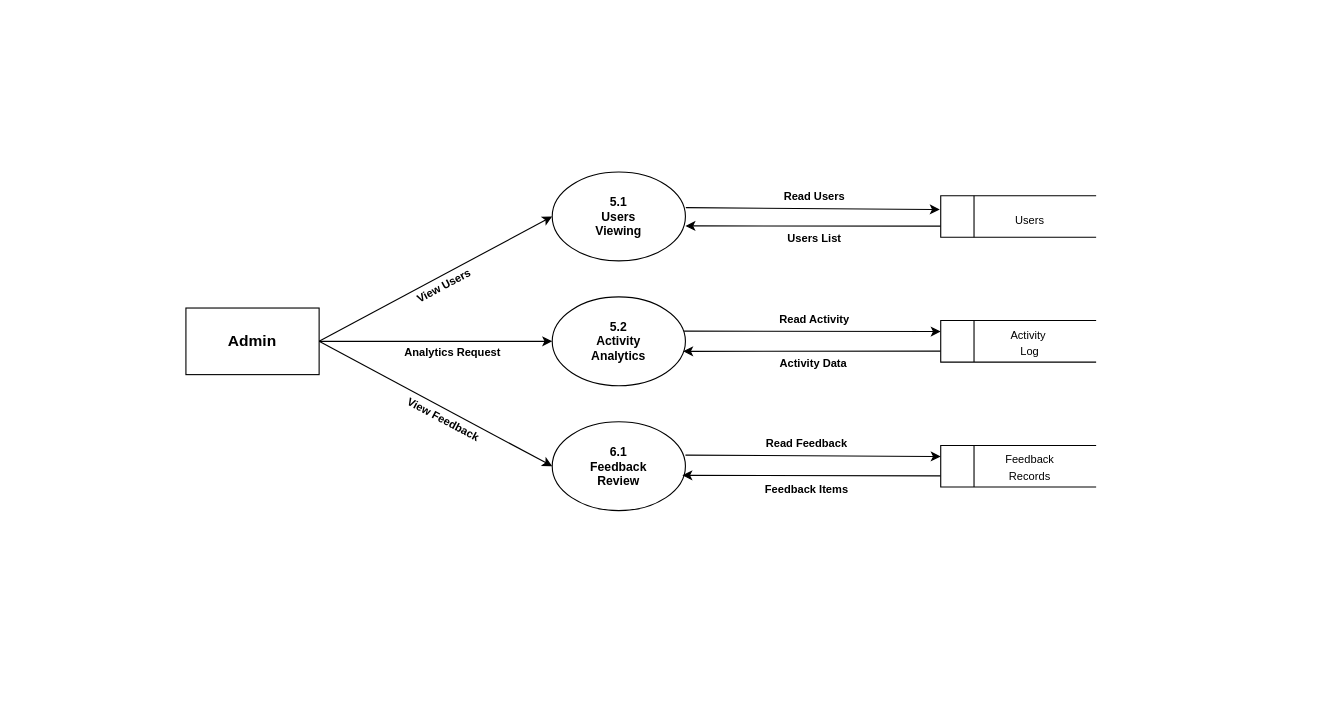
Above: docs/dfd-level-2-admin.drawio in Nithinvp11/DocHub (draw.io), before the change. Source tidied: cells renumbered, new cells numbered last; positions are measured from the earlier drawing's top-left corner, leaving out a move shared by most shapes. Both pictures are drawn from the tidied source at 111%, with x=0, y=0 at pixel (185, 172).
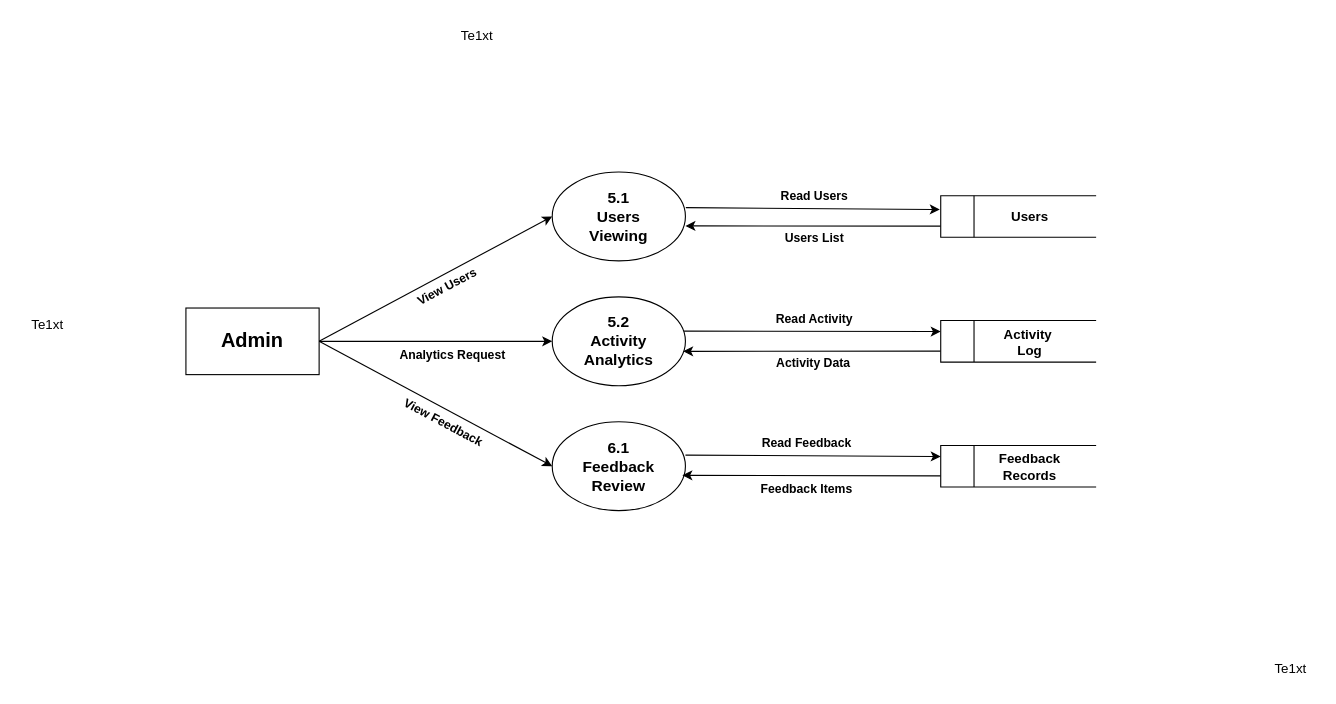
After the change.

Unchanged cells that the change refers to:
```xml
<mxCell id="20" style="html=1;dashed=0;whiteSpace=wrap;shape=mxgraph.dfd.dataStoreID;align=left;spacingLeft=3;points=[[0,0],[0.5,0],[1,0],[0,0.5],[1,0.5],[0,1],[0.5,1],[1,1]];" parent="1" vertex="1">
  <mxGeometry x="680" y="20.8" width="140" height="37.5" as="geometry" />
</mxCell>
```

The edit, as a diff of the source:
```diff
@@
-    <mxCell id="2" value="&lt;span style=&quot;color: rgb(0, 0, 0); background-color: rgb(255, 255, 255);&quot;&gt;&lt;b style=&quot;&quot;&gt;&lt;font style=&quot;font-size: 10px;&quot;&gt;Analytics Request&lt;/font&gt;&lt;/b&gt;&lt;/span&gt;" style="text;html=1;align=center;verticalAlign=middle;strokeColor=none;fillColor=none;rotation=0;" parent="1" vertex="1">
-      <mxGeometry x="190" y="147" width="100" height="30" as="geometry" />
+    <mxCell id="2" value="&lt;span style=&quot;color: rgb(0, 0, 0); background-color: rgb(255, 255, 255);&quot;&gt;&lt;b style=&quot;&quot;&gt;&lt;font style=&quot;font-size: 11px;&quot;&gt;Analytics Request&lt;/font&gt;&lt;/b&gt;&lt;/span&gt;" style="text;html=1;align=center;verticalAlign=middle;strokeColor=none;fillColor=none;rotation=0;" parent="1" vertex="1">
+      <mxGeometry x="180" y="149" width="120" height="30" as="geometry" />
     </mxCell>
-    <mxCell id="3" value="Admin" style="rounded=1;whiteSpace=wrap;html=1;fillColor=#ffffff;strokeColor=#000000;fontSize=14;fontStyle=1;arcSize=0;" parent="1" vertex="1">
+    <mxCell id="3" value="&lt;font style=&quot;font-size: 18px;&quot;&gt;Admin&lt;/font&gt;" style="rounded=1;whiteSpace=wrap;html=1;fillColor=#ffffff;strokeColor=#000000;fontSize=14;fontStyle=1;arcSize=0;" parent="1" vertex="1">
       <mxGeometry y="122" width="120" height="60" as="geometry" />
     </mxCell>
-    <mxCell id="4" value="6.1&lt;br&gt;Feedback&lt;br&gt;Review" style="ellipse;whiteSpace=wrap;html=1;fillColor=#ffffff;strokeColor=#000000;fontSize=11;fontStyle=1;" parent="1" vertex="1">
+    <mxCell id="4" value="&lt;font style=&quot;font-size: 14px;&quot;&gt;6.1&lt;br&gt;Feedback&lt;br&gt;Review&lt;/font&gt;" style="ellipse;whiteSpace=wrap;html=1;fillColor=#ffffff;strokeColor=#000000;fontSize=11;fontStyle=1;" parent="1" vertex="1">
       <mxGeometry x="330" y="224.5" width="120" height="80" as="geometry" />
     </mxCell>
-    <mxCell id="5" value="5.2&lt;br&gt;Activity&lt;div&gt;Analytics&lt;/div&gt;" style="ellipse;whiteSpace=wrap;html=1;fillColor=#ffffff;strokeColor=#000000;fontSize=11;fontStyle=1;" parent="1" vertex="1">
+    <mxCell id="5" value="&lt;font style=&quot;font-size: 14px;&quot;&gt;5.2&lt;br&gt;Activity&lt;/font&gt;&lt;div&gt;&lt;font style=&quot;font-size: 14px;&quot;&gt;Analytics&lt;/font&gt;&lt;/div&gt;" style="ellipse;whiteSpace=wrap;html=1;fillColor=#ffffff;strokeColor=#000000;fontSize=11;fontStyle=1;" parent="1" vertex="1">
       <mxGeometry x="330" y="112" width="120" height="80" as="geometry" />
     </mxCell>
@@
-    <mxCell id="8" value="&lt;font style=&quot;font-size: 10px;&quot;&gt;&lt;b&gt;Read Feedback&lt;/b&gt;&lt;/font&gt;" style="endArrow=classic;html=1;entryX=0;entryY=0.25;entryDx=0;entryDy=0;fontSize=9;exitX=1;exitY=0.375;exitDx=0;exitDy=0;exitPerimeter=0;" parent="1" edge="1" source="4">
+    <mxCell id="8" value="&lt;font style=&quot;font-size: 11px;&quot;&gt;&lt;b style=&quot;&quot;&gt;Read Feedback&lt;/b&gt;&lt;/font&gt;" style="endArrow=classic;html=1;entryX=0;entryY=0.25;entryDx=0;entryDy=0;fontSize=9;exitX=1;exitY=0.375;exitDx=0;exitDy=0;exitPerimeter=0;" parent="1" edge="1" source="4">
       <mxGeometry x="-0.05" y="11" relative="1" as="geometry">
         <mxPoint x="680" y="255.8" as="targetPoint" />
       </mxGeometry>
     </mxCell>
-    <mxCell id="9" value="&lt;font style=&quot;font-size: 10px;&quot;&gt;&lt;b&gt;Read Activity&lt;/b&gt;&lt;/font&gt;" style="endArrow=classic;html=1;entryX=0;entryY=0.25;entryDx=0;entryDy=0;fontSize=9;exitX=0.99;exitY=0.385;exitDx=0;exitDy=0;exitPerimeter=0;" parent="1" edge="1" source="5">
+    <mxCell id="9" value="&lt;font style=&quot;font-size: 11px;&quot;&gt;&lt;b style=&quot;&quot;&gt;Read Activity&lt;/b&gt;&lt;/font&gt;" style="endArrow=classic;html=1;entryX=0;entryY=0.25;entryDx=0;entryDy=0;fontSize=9;exitX=0.99;exitY=0.385;exitDx=0;exitDy=0;exitPerimeter=0;" parent="1" edge="1" source="5">
       <mxGeometry x="0.01" y="11" relative="1" as="geometry">
         <mxPoint x="680" y="143.2" as="targetPoint" />
       </mxGeometry>
     </mxCell>
-    <mxCell id="10" value="&lt;font style=&quot;font-size: 10px;&quot;&gt;&lt;b&gt;Feedback Items&lt;/b&gt;&lt;/font&gt;" style="endArrow=classic;html=1;exitX=0;exitY=0.75;exitDx=0;exitDy=0;fontSize=9;entryX=0.977;entryY=0.603;entryDx=0;entryDy=0;entryPerimeter=0;" parent="1" edge="1" target="4">
+    <mxCell id="10" value="&lt;font style=&quot;font-size: 11px;&quot;&gt;&lt;b style=&quot;&quot;&gt;Feedback Items&lt;/b&gt;&lt;/font&gt;" style="endArrow=classic;html=1;exitX=0;exitY=0.75;exitDx=0;exitDy=0;fontSize=9;entryX=0.977;entryY=0.603;entryDx=0;entryDy=0;entryPerimeter=0;" parent="1" edge="1" target="4">
       <mxGeometry x="0.04" y="12" relative="1" as="geometry">
         <mxPoint x="680" y="273.2" as="sourcePoint" />
       </mxGeometry>
     </mxCell>
-    <mxCell id="11" value="&lt;font style=&quot;font-size: 10px;&quot;&gt;&lt;b&gt;Activity Data&lt;/b&gt;&lt;/font&gt;" style="endArrow=classic;html=1;exitX=0;exitY=0.75;exitDx=0;exitDy=0;fontSize=9;entryX=0.983;entryY=0.613;entryDx=0;entryDy=0;entryPerimeter=0;" parent="1" edge="1" target="5">
+    <mxCell id="11" value="&lt;font style=&quot;font-size: 11px;&quot;&gt;&lt;b style=&quot;&quot;&gt;Activity Data&lt;/b&gt;&lt;/font&gt;" style="endArrow=classic;html=1;exitX=0;exitY=0.75;exitDx=0;exitDy=0;fontSize=9;entryX=0.983;entryY=0.613;entryDx=0;entryDy=0;entryPerimeter=0;" parent="1" edge="1" target="5">
       <mxGeometry x="-0.01" y="11" relative="1" as="geometry">
         <mxPoint x="680" y="160.8" as="sourcePoint" />
       </mxGeometry>
     </mxCell>
-    <mxCell id="12" value="&lt;span style=&quot;font-size: 10px; background-color: rgb(255, 255, 255);&quot;&gt;&lt;b&gt;View Feedback&lt;/b&gt;&lt;/span&gt;" style="text;html=1;align=center;verticalAlign=middle;strokeColor=none;fillColor=none;rotation=28;" parent="1" vertex="1">
-      <mxGeometry x="182" y="207" width="100" height="30" as="geometry" />
+    <mxCell id="12" value="&lt;span style=&quot;background-color: rgb(255, 255, 255);&quot;&gt;&lt;b style=&quot;&quot;&gt;&lt;font style=&quot;font-size: 11px;&quot;&gt;View Feedback&lt;/font&gt;&lt;/b&gt;&lt;/span&gt;" style="text;html=1;align=center;verticalAlign=middle;strokeColor=none;fillColor=none;rotation=28;" parent="1" vertex="1">
+      <mxGeometry x="182" y="210" width="100" height="30" as="geometry" />
     </mxCell>
-    <mxCell id="13" value="5.1&lt;br&gt;Users&lt;div&gt;Viewing&lt;/div&gt;" style="ellipse;whiteSpace=wrap;html=1;fillColor=#ffffff;strokeColor=#000000;fontSize=11;fontStyle=1;" parent="1" vertex="1">
+    <mxCell id="13" value="&lt;font style=&quot;font-size: 14px;&quot;&gt;5.1&lt;br&gt;Users&lt;/font&gt;&lt;div&gt;&lt;font style=&quot;font-size: 14px;&quot;&gt;Viewing&lt;/font&gt;&lt;/div&gt;" style="ellipse;whiteSpace=wrap;html=1;fillColor=#ffffff;strokeColor=#000000;fontSize=11;fontStyle=1;" parent="1" vertex="1">
       <mxGeometry x="330" y="-0.5" width="120" height="80" as="geometry" />
     </mxCell>
@@
-    <mxCell id="15" value="&lt;font style=&quot;font-size: 10px;&quot;&gt;&lt;b&gt;Read Users&lt;/b&gt;&lt;/font&gt;" style="endArrow=classic;html=1;entryX=-0.006;entryY=0.332;entryDx=0;entryDy=0;fontSize=9;entryPerimeter=0;exitX=1.003;exitY=0.401;exitDx=0;exitDy=0;exitPerimeter=0;" parent="1" edge="1" source="13" target="20">
+    <mxCell id="15" value="&lt;font style=&quot;font-size: 11px;&quot;&gt;&lt;b style=&quot;&quot;&gt;Read Users&lt;/b&gt;&lt;/font&gt;" style="endArrow=classic;html=1;entryX=-0.006;entryY=0.332;entryDx=0;entryDy=0;fontSize=9;entryPerimeter=0;exitX=1.003;exitY=0.401;exitDx=0;exitDy=0;exitPerimeter=0;" parent="1" edge="1" source="13" target="20">
       <mxGeometry x="0.01" y="11" relative="1" as="geometry" />
     </mxCell>
-    <mxCell id="16" value="&lt;span style=&quot;font-size: 10px;&quot;&gt;&lt;b&gt;Users List&lt;/b&gt;&lt;/span&gt;" style="endArrow=classic;html=1;exitX=0;exitY=0.75;exitDx=0;exitDy=0;fontSize=9;" parent="1" edge="1">
+    <mxCell id="16" value="&lt;b style=&quot;&quot;&gt;&lt;font style=&quot;font-size: 11px;&quot;&gt;Users List&lt;/font&gt;&lt;/b&gt;" style="endArrow=classic;html=1;exitX=0;exitY=0.75;exitDx=0;exitDy=0;fontSize=9;" parent="1" edge="1">
       <mxGeometry x="-0.01" y="11" relative="1" as="geometry">
         <mxPoint x="680" y="48.2" as="sourcePoint" />
         <mxPoint x="450" y="48" as="targetPoint" />
       </mxGeometry>
     </mxCell>
-    <mxCell id="17" value="&lt;span style=&quot;color: rgb(0, 0, 0); background-color: rgb(255, 255, 255);&quot;&gt;&lt;font style=&quot;font-size: 10px;&quot;&gt;&lt;b&gt;View Users&lt;/b&gt;&lt;/font&gt;&lt;/span&gt;" style="text;html=1;align=center;verticalAlign=middle;strokeColor=none;fillColor=none;rotation=-28;" parent="1" vertex="1">
-      <mxGeometry x="192" y="87" width="80" height="30" as="geometry" />
+    <mxCell id="17" value="&lt;span style=&quot;color: rgb(0, 0, 0); background-color: rgb(255, 255, 255);&quot;&gt;&lt;font style=&quot;font-size: 11px;&quot;&gt;&lt;b&gt;View Users&lt;/b&gt;&lt;/font&gt;&lt;/span&gt;" style="text;html=1;align=center;verticalAlign=middle;strokeColor=none;fillColor=none;rotation=-28;" parent="1" vertex="1">
+      <mxGeometry x="195" y="88" width="80" height="30" as="geometry" />
     </mxCell>
@@
-    <mxCell id="19" value="&lt;p&gt;&lt;span style=&quot;color: rgb(0, 0, 0); font-size: 10px; text-wrap-mode: wrap;&quot;&gt;Feedback Records&lt;/span&gt;&lt;/p&gt;" style="text;html=1;align=center;verticalAlign=middle;strokeColor=none;fillColor=none;" parent="1" vertex="1">
-      <mxGeometry x="705" y="239.5" width="110" height="50" as="geometry" />
+    <mxCell id="19" value="&lt;p&gt;&lt;span style=&quot;color: rgb(0, 0, 0); text-wrap-mode: wrap;&quot;&gt;&lt;b style=&quot;&quot;&gt;&lt;font style=&quot;font-size: 12px;&quot;&gt;Feedback Records&lt;/font&gt;&lt;/b&gt;&lt;/span&gt;&lt;/p&gt;" style="text;html=1;align=center;verticalAlign=middle;strokeColor=none;fillColor=none;" parent="1" vertex="1">
+      <mxGeometry x="695" y="239.5" width="130" height="50" as="geometry" />
     </mxCell>
@@
-    <mxCell id="22" value="&lt;span style=&quot;color: rgb(0, 0, 0); font-size: 10px; text-wrap-mode: wrap;&quot;&gt;Activity&amp;nbsp;&lt;/span&gt;&lt;div&gt;&lt;span style=&quot;color: rgb(0, 0, 0); font-size: 10px; text-wrap-mode: wrap;&quot;&gt;Log&lt;/span&gt;&lt;/div&gt;" style="text;html=1;align=center;verticalAlign=middle;strokeColor=none;fillColor=none;" parent="1" vertex="1">
-      <mxGeometry x="730" y="133.2" width="60" height="40" as="geometry" />
+    <mxCell id="22" value="&lt;span style=&quot;color: rgb(0, 0, 0); text-wrap-mode: wrap;&quot;&gt;&lt;font style=&quot;font-size: 12px;&quot;&gt;&lt;b&gt;Activity&amp;nbsp;&lt;/b&gt;&lt;/font&gt;&lt;/span&gt;&lt;div&gt;&lt;span style=&quot;color: rgb(0, 0, 0); text-wrap-mode: wrap;&quot;&gt;&lt;font style=&quot;font-size: 12px;&quot;&gt;&lt;b&gt;Log&lt;/b&gt;&lt;/font&gt;&lt;/span&gt;&lt;/div&gt;" style="text;html=1;align=center;verticalAlign=middle;strokeColor=none;fillColor=none;" parent="1" vertex="1">
+      <mxGeometry x="725" y="133.2" width="70" height="40" as="geometry" />
     </mxCell>
-    <mxCell id="23" value="&lt;span style=&quot;color: rgb(0, 0, 0); font-size: 10px; text-wrap-mode: wrap;&quot;&gt;Users&lt;/span&gt;" style="text;html=1;align=center;verticalAlign=middle;strokeColor=none;fillColor=none;" parent="1" vertex="1">
-      <mxGeometry x="735" y="28.2" width="50" height="30" as="geometry" />
+    <mxCell id="23" value="&lt;span style=&quot;color: rgb(0, 0, 0); text-wrap-mode: wrap;&quot;&gt;&lt;b style=&quot;&quot;&gt;&lt;font style=&quot;font-size: 12px;&quot;&gt;Users&lt;/font&gt;&lt;/b&gt;&lt;/span&gt;" style="text;html=1;align=center;verticalAlign=middle;strokeColor=none;fillColor=none;" parent="1" vertex="1">
+      <mxGeometry x="730" y="24.5" width="60" height="30" as="geometry" />
     </mxCell>
+    <mxCell id="24" value="Te1xt" style="text;html=1;align=center;verticalAlign=middle;strokeColor=none;fillColor=none;" parent="1" vertex="1">
+      <mxGeometry x="-150" y="122" width="50" height="30" as="geometry" />
+    </mxCell>
+    <mxCell id="25" value="Te1xt" style="text;html=1;align=center;verticalAlign=middle;strokeColor=none;fillColor=none;" parent="1" vertex="1">
+      <mxGeometry x="237" y="-138" width="50" height="30" as="geometry" />
+    </mxCell>
+    <mxCell id="26" value="Te1xt" style="text;html=1;align=center;verticalAlign=middle;strokeColor=none;fillColor=none;" parent="1" vertex="1">
+      <mxGeometry x="970" y="432" width="50" height="30" as="geometry" />
+    </mxCell>
```
